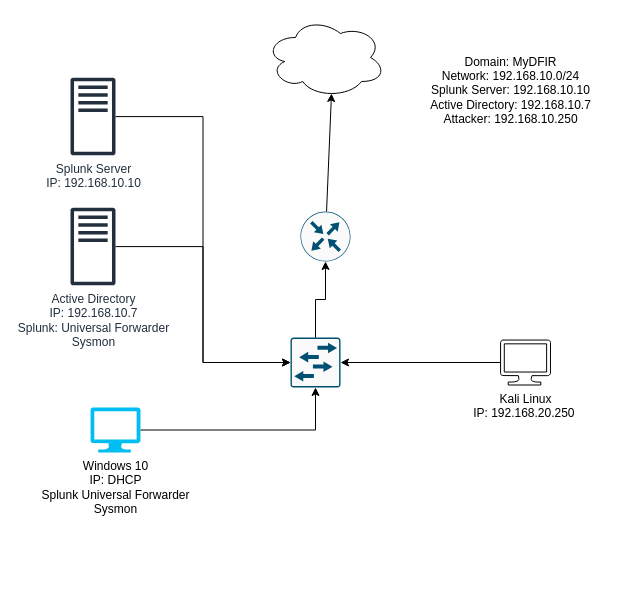
ColtonMuellerr/drawio keeps this draw.io diagram as Untitled Diagram.drawio. Above is the earlier version. Source tidied: cells renumbered, new cells numbered last; positions are measured from the earlier drawing's top-left corner, leaving out a move shared by most shapes. Both pictures are drawn from the tidied source at 100%, with x=0, y=0 at pixel (70, 17).
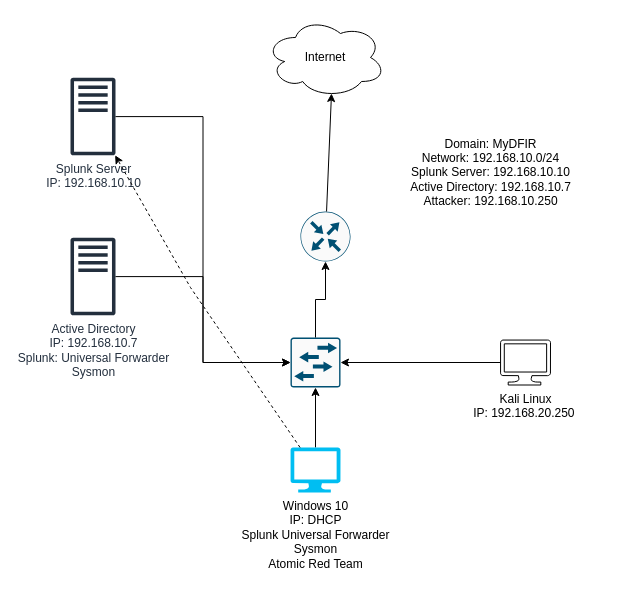
The same page after the edit.

Change to the diagram source:
```diff
@@
 <mxGraphModel>
   <root>
     <mxCell id="0" />
     <mxCell id="1" parent="0" />
     <mxCell id="2" value="Active Directory&lt;div&gt;IP: 192.168.10.7&lt;/div&gt;&lt;div&gt;Splunk: Universal Forwarder&lt;/div&gt;&lt;div&gt;Sysmon&lt;/div&gt;" style="sketch=0;outlineConnect=0;fontColor=#232F3E;gradientColor=none;fillColor=#232F3D;strokeColor=none;dashed=0;verticalLabelPosition=bottom;verticalAlign=top;align=center;html=1;fontSize=12;fontStyle=0;shape=mxgraph.aws4.traditional_server;" parent="1" vertex="1">
-      <mxGeometry y="190" width="45" height="78" as="geometry" />
+      <mxGeometry y="220" width="45" height="78" as="geometry" />
     </mxCell>
     <mxCell id="3" value="Splunk Server&lt;div&gt;IP: 192.168.10.10&lt;/div&gt;" style="sketch=0;outlineConnect=0;fontColor=#232F3E;gradientColor=none;fillColor=#232F3D;strokeColor=none;dashed=0;verticalLabelPosition=bottom;verticalAlign=top;align=center;html=1;fontSize=12;fontStyle=0;shape=mxgraph.aws4.traditional_server;" parent="1" vertex="1">
       <mxGeometry y="60" width="45" height="78" as="geometry" />
     </mxCell>
     <mxCell id="4" style="edgeStyle=orthogonalEdgeStyle;rounded=0;jettySize=auto;html=1;" parent="1" edge="1" source="5" target="7">
       <mxGeometry relative="1" as="geometry" />
     </mxCell>
-    <mxCell id="5" value="Windows 10&lt;div&gt;IP: DHCP&lt;/div&gt;&lt;div&gt;Splunk Universal Forwarder&lt;/div&gt;&lt;div&gt;Sysmon&lt;/div&gt;&lt;div&gt;&lt;br&gt;&lt;/div&gt;" style="verticalLabelPosition=bottom;html=1;verticalAlign=top;align=center;strokeColor=none;fillColor=#00BEF2;shape=mxgraph.azure.computer;" parent="1" vertex="1">
-      <mxGeometry x="20" y="390" width="50" height="45" as="geometry" />
+    <mxCell id="5" value="Windows 10&lt;div&gt;IP: DHCP&lt;/div&gt;&lt;div&gt;Splunk Universal Forwarder&lt;/div&gt;&lt;div&gt;Sysmon&lt;/div&gt;&lt;div&gt;Atomic Red Team&lt;/div&gt;&lt;div&gt;&lt;br&gt;&lt;/div&gt;" style="verticalLabelPosition=bottom;html=1;verticalAlign=top;align=center;strokeColor=none;fillColor=#00BEF2;shape=mxgraph.azure.computer;" parent="1" vertex="1">
+      <mxGeometry x="220" y="430" width="50" height="45" as="geometry" />
     </mxCell>
     <mxCell id="6" value="Kali Linux&lt;div&gt;IP: 192.168.20.250&amp;nbsp;&lt;/div&gt;" style="verticalLabelPosition=bottom;html=1;verticalAlign=top;align=center;shape=mxgraph.azure.computer;" parent="1" vertex="1">
       <mxGeometry x="430" y="322.5" width="50" height="45" as="geometry" />
     </mxCell>
     <mxCell id="7" style="sketch=0;points=[[0.015,0.015,0],[0.985,0.015,0],[0.985,0.985,0],[0.015,0.985,0],[0.25,0,0],[0.5,0,0],[0.75,0,0],[1,0.25,0],[1,0.5,0],[1,0.75,0],[0.75,1,0],[0.5,1,0],[0.25,1,0],[0,0.75,0],[0,0.5,0],[0,0.25,0]];verticalLabelPosition=bottom;html=1;verticalAlign=top;align=center;shape=mxgraph.cisco19.rect;prIcon=l2_switch;fillColor=#FAFAFA;strokeColor=#005073;" parent="1" vertex="1">
       <mxGeometry x="220" y="320" width="50" height="50" as="geometry" />
     </mxCell>
     <mxCell id="8" style="sketch=0;points=[[0.5,0,0],[1,0.5,0],[0.5,1,0],[0,0.5,0],[0.145,0.145,0],[0.8555,0.145,0],[0.855,0.8555,0],[0.145,0.855,0]];verticalLabelPosition=bottom;html=1;verticalAlign=top;align=center;shape=mxgraph.cisco19.rect;prIcon=router;fillColor=#FAFAFA;strokeColor=#005073;" parent="1" vertex="1">
       <mxGeometry x="230" y="194" width="50" height="50" as="geometry" />
     </mxCell>
-    <mxCell id="9" style="ellipse;shape=cloud;whiteSpace=wrap;html=1;" parent="1" vertex="1">
+    <mxCell id="9" value="Internet" style="ellipse;shape=cloud;whiteSpace=wrap;html=1;" parent="1" vertex="1">
       <mxGeometry x="195" width="120" height="80" as="geometry" />
     </mxCell>
     <mxCell id="10" style="edgeStyle=orthogonalEdgeStyle;rounded=0;jettySize=auto;html=1;entryX=1;entryY=0.5;entryDx=0;entryDy=0;entryPerimeter=0;" parent="1" edge="1" source="6" target="7">
       <mxGeometry relative="1" as="geometry" />
     </mxCell>
     <mxCell id="11" style="edgeStyle=orthogonalEdgeStyle;rounded=0;jettySize=auto;html=1;entryX=0;entryY=0.5;entryDx=0;entryDy=0;entryPerimeter=0;" parent="1" edge="1" source="3" target="7">
       <mxGeometry relative="1" as="geometry" />
     </mxCell>
     <mxCell id="12" style="edgeStyle=orthogonalEdgeStyle;rounded=0;jettySize=auto;html=1;entryX=0;entryY=0.5;entryDx=0;entryDy=0;entryPerimeter=0;" parent="1" edge="1" source="2" target="7">
       <mxGeometry relative="1" as="geometry" />
     </mxCell>
     <mxCell id="13" style="edgeStyle=orthogonalEdgeStyle;rounded=0;jettySize=auto;html=1;entryX=0.5;entryY=1;entryDx=0;entryDy=0;entryPerimeter=0;" parent="1" edge="1" source="7" target="8">
       <mxGeometry relative="1" as="geometry" />
     </mxCell>
     <mxCell id="14" style="rounded=0;jettySize=auto;html=1;entryX=0.55;entryY=0.95;entryDx=0;entryDy=0;entryPerimeter=0;" parent="1" edge="1" source="8" target="9">
       <mxGeometry relative="1" as="geometry" />
     </mxCell>
     <mxCell id="15" value="Domain: MyDFIR&lt;div&gt;Network: 192.168.10.0/24&lt;/div&gt;&lt;div&gt;Splunk Server: 192.168.10.10&lt;/div&gt;&lt;div&gt;Active Directory: 192.168.10.7&lt;/div&gt;&lt;div&gt;Attacker: 192.168.10.250&lt;/div&gt;" style="text;html=1;align=center;verticalAlign=middle;strokeColor=none;fillColor=none;" parent="1" vertex="1">
-      <mxGeometry x="350" y="28" width="180" height="90" as="geometry" />
+      <mxGeometry x="330" y="110" width="180" height="90" as="geometry" />
     </mxCell>
+    <mxCell id="16" style="rounded=0;jettySize=auto;html=1;dashed=1;" parent="1" edge="1" source="5" target="3">
+      <mxGeometry relative="1" as="geometry">
+        <Array as="points">
+          <mxPoint x="120" y="270" />
+        </Array>
+      </mxGeometry>
+    </mxCell>
   </root>
 </mxGraphModel>
```
